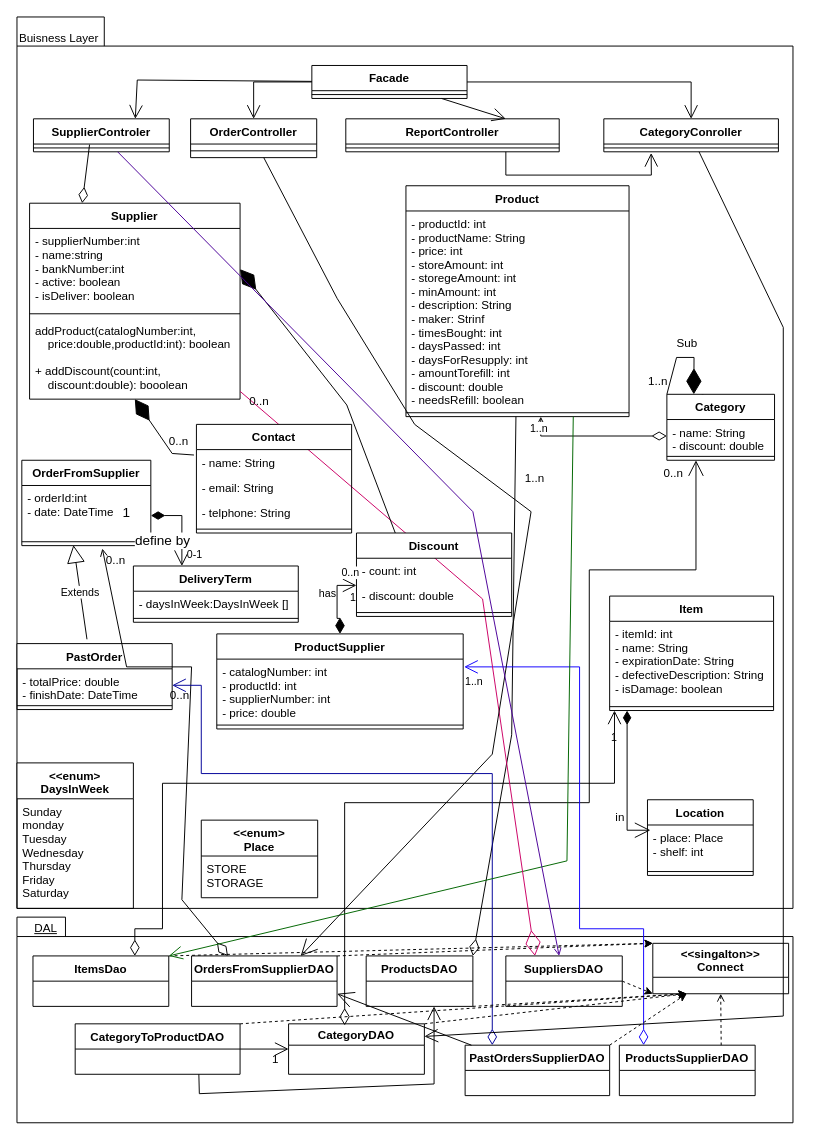
This is page 1 of 4 of docs/classDiagramCombined.drawio from Naveavra/Market, a draw.io file, before an edit. Source tidied: cells renumbered, new cells numbered last; positions are measured from the earlier drawing's top-left corner, leaving out a move shared by most shapes. Both pictures are drawn from the tidied source at 97%, with x=0, y=0 at pixel (16, 16).
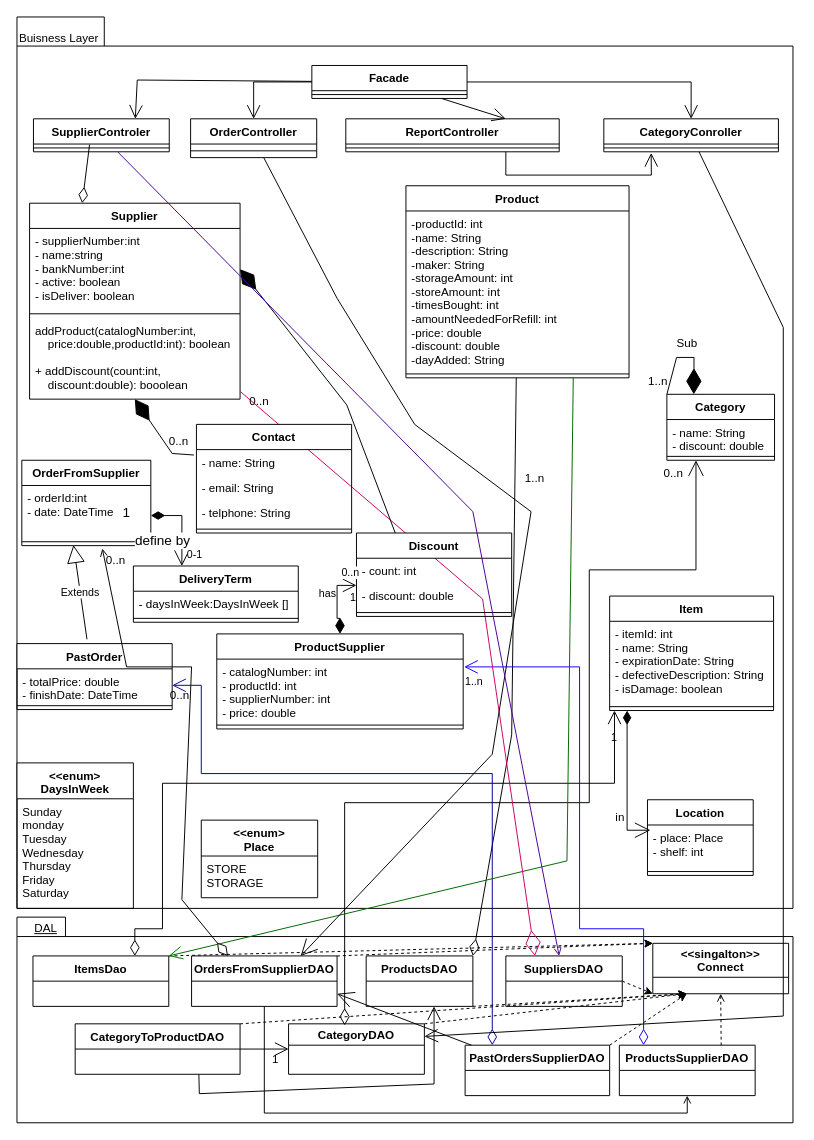
After the change.

The change refers to these unchanged cells:
```xml
<mxCell id="16" value="- name: String&#10;- discount: double" style="text;strokeColor=none;fillColor=none;align=left;verticalAlign=top;spacingLeft=4;spacingRight=4;overflow=hidden;points=[[0,0.5],[1,0.5]];portConstraint=eastwest;" parent="15" vertex="1">
  <mxGeometry y="26" width="111" height="34" as="geometry" />
</mxCell>
<mxCell id="62" value="OrdersFromSupplierDAO" style="swimlane;fontStyle=1;horizontal=1;startSize=26;fillColor=none;fontSize=12;" parent="1" vertex="1">
  <mxGeometry x="180" y="968" width="150" height="52" as="geometry" />
</mxCell>
<mxCell id="64" value="ProductsSupplierDAO" style="swimlane;fontStyle=1;horizontal=1;startSize=26;fillColor=none;fontSize=12;" parent="1" vertex="1">
  <mxGeometry x="621" y="1060" width="140" height="52" as="geometry" />
</mxCell>
```

Diff of the diagram source:
```diff
@@
     <mxCell id="3" value="Product" style="swimlane;fontStyle=1;align=center;verticalAlign=top;horizontal=1;startSize=26;" parent="1" vertex="1">
-      <mxGeometry x="401" y="174" width="230" height="238" as="geometry" />
+      <mxGeometry x="401" y="174" width="230" height="198" as="geometry" />
     </mxCell>
-    <mxCell id="4" value="- productId: int&#10;- productName: String&#10;- price: int&#10;- storeAmount: int &#10;- storegeAmount: int &#10;- minAmount: int &#10;- description: String&#10;- maker: Strinf&#10;- timesBought: int &#10;- daysPassed: int &#10;- daysForResupply: int &#10;- amountTorefill: int &#10;- discount: double&#10;- needsRefill: boolean" style="text;strokeColor=none;fillColor=none;align=left;verticalAlign=top;spacingLeft=4;spacingRight=4;overflow=hidden;" parent="3" vertex="1">
-      <mxGeometry y="26" width="230" height="204" as="geometry" />
+    <mxCell id="4" value="-productId: int&#10;-name: String&#10;-description: String&#10;-maker: String&#10;-storageAmount: int&#10;-storeAmount: int&#10;-timesBought: int&#10;-amountNeededForRefill: int&#10;-price: double&#10;-discount: double&#10;-dayAdded: String&#10;&#10; " style="text;strokeColor=none;fillColor=none;align=left;verticalAlign=top;spacingLeft=4;spacingRight=4;overflow=hidden;" parent="3" vertex="1">
+      <mxGeometry y="26" width="230" height="164" as="geometry" />
     </mxCell>
     <mxCell id="5" style="line;strokeWidth=1;fillColor=none;align=left;verticalAlign=middle;spacingTop=-1;spacingLeft=3;spacingRight=3;labelPosition=right;" parent="3" vertex="1">
-      <mxGeometry y="230" width="230" height="8" as="geometry" />
+      <mxGeometry y="190" width="230" height="8" as="geometry" />
     </mxCell>
@@
-    <mxCell id="23" style="edgeStyle=orthogonalEdgeStyle;rounded=0;jumpSize=6;jettySize=auto;html=1;fontSize=13;endArrow=open;endFill=0;endSize=12;startArrow=diamondThin;startFill=0;startSize=13;" parent="1" edge="1" source="16" target="3">
-      <mxGeometry relative="1" as="geometry">
-        <Array as="points">
-          <mxPoint x="540" y="432" />
-        </Array>
-      </mxGeometry>
-    </mxCell>
-    <mxCell id="24" value="1..n" style="edgeLabel;html=1;align=center;verticalAlign=middle;" parent="23" vertex="1">
-      <mxGeometry x="0.95" y="3" relative="1" as="geometry">
-        <mxPoint y="7" as="offset" />
-      </mxGeometry>
-    </mxCell>
@@
+    <mxCell id="121" style="edgeStyle=orthogonalEdgeStyle;rounded=0;jettySize=auto;html=1;entryX=0.5;entryY=1;entryDx=0;entryDy=0;endArrow=open;endFill=0;" parent="1" edge="1" source="62" target="64">
+      <mxGeometry relative="1" as="geometry">
+        <Array as="points">
+          <mxPoint x="255" y="1130" />
+          <mxPoint x="691" y="1130" />
+        </Array>
+      </mxGeometry>
+    </mxCell>
```
